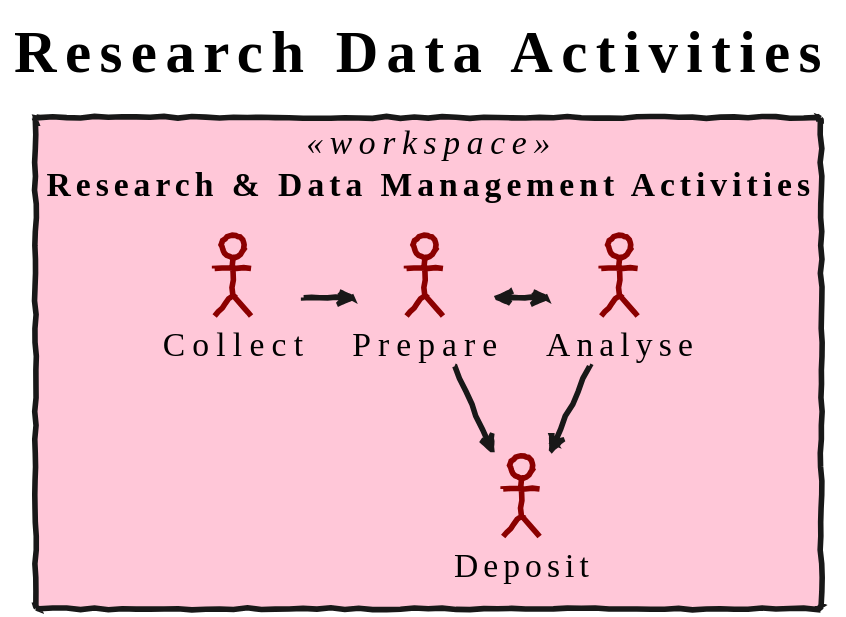
Above: model-v2/model-activities.svg in ptsefton/cdl-diagrams (PlantUML), before the change.
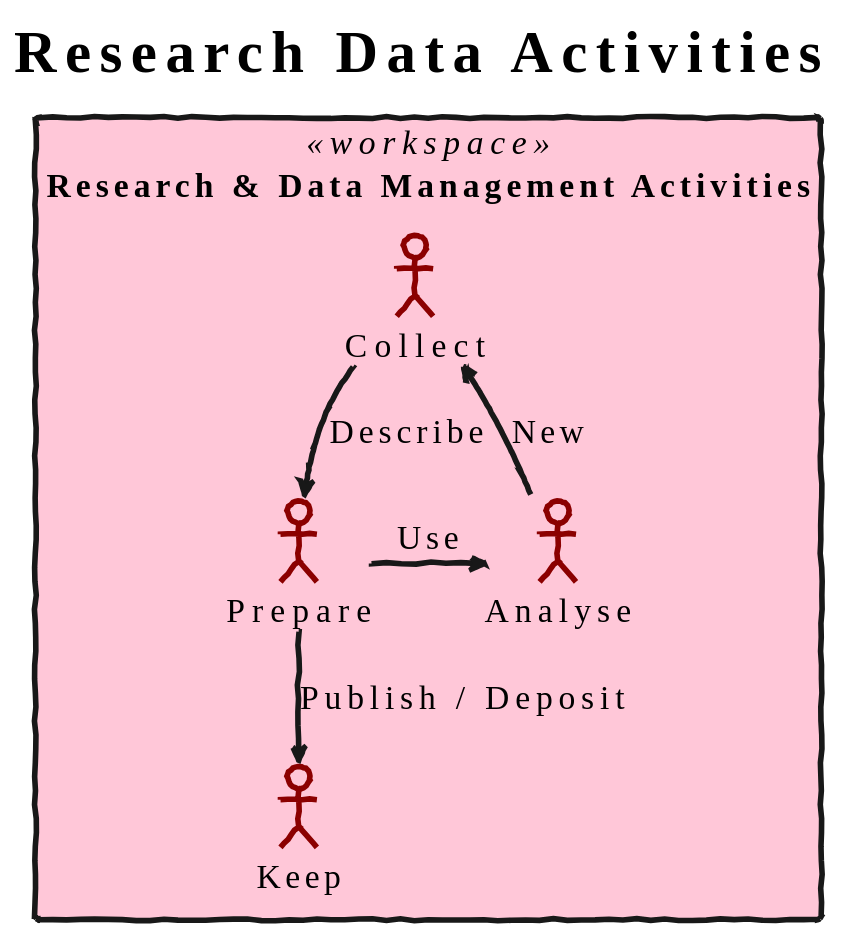
Above is the later version.

Diff of the diagram source:
```diff
@@ -8,14 +8,14 @@
 
 actor "Collect" as coll
 actor "Prepare" as prep
-actor "Deposit" as dep
+actor "Keep" as dep
 actor "Analyse"  as an
 
 }
 
 
-coll -right-> prep
-prep -down-> dep
-prep <-right-> an
-an -down-> dep
+coll -down-> prep : Describe
+prep -down-> dep : Publish / Deposit
+prep -right-> an : Use
+an -left-> coll : New
 @enduml
```
